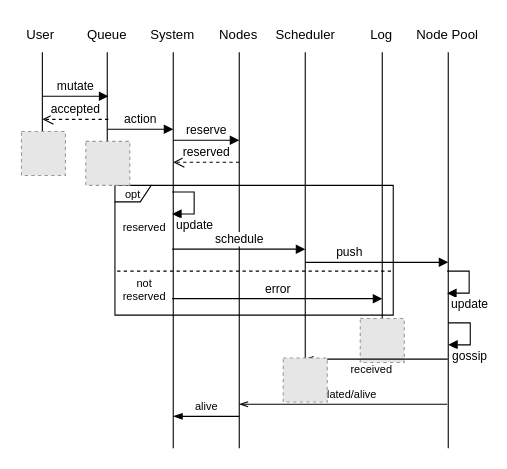
Before: diagrams/mutate_sequence.drawio in MilosSimic/phd-thesis, a draw.io diagram. Source tidied: cells renumbered, new cells numbered last; positions are measured from the earlier drawing's top-left corner, leaving out a move shared by most shapes. Both pictures are drawn from the tidied source at 110%, with x=0, y=0 at pixel (19, 19). Pictures stored in the file or linked from it are replaced by grey dashed boxes.
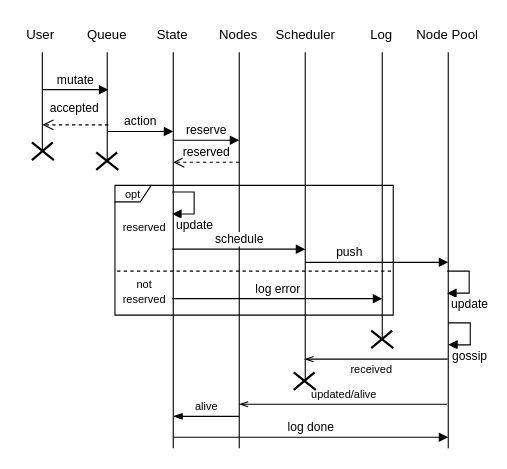
The same page after the edit.

The edit, as a diff of the source:
```diff
@@
-    <mxCell id="3" style="endArrow=none;html=1;" parent="1" edge="1">
-      <mxGeometry relative="1" as="geometry">
-        <mxPoint x="21" y="120" as="sourcePoint" />
-        <mxPoint x="21" y="30" as="targetPoint" />
-      </mxGeometry>
-    </mxCell>
+    <mxCell id="38" style="endArrow=none;html=1;" parent="1" edge="1">
+      <mxGeometry relative="1" as="geometry">
+        <mxPoint x="21" y="120" as="sourcePoint" />
+        <mxPoint x="21" y="30" as="targetPoint" />
+      </mxGeometry>
+    </mxCell>
     <mxCell id="4" value="mutate" style="html=1;verticalAlign=bottom;startArrow=none;endArrow=block;startSize=8;startFill=0;" parent="1" edge="1">
       <mxGeometry relative="1" as="geometry">
-        <mxPoint x="21" y="70" as="sourcePoint" />
-        <mxPoint x="81" y="70" as="targetPoint" />
+        <mxPoint x="21" y="64" as="sourcePoint" />
+        <mxPoint x="81" y="64" as="targetPoint" />
       </mxGeometry>
     </mxCell>
-    <mxCell id="5" style="endArrow=none;html=1;" parent="1" edge="1">
-      <mxGeometry relative="1" as="geometry">
-        <mxPoint x="80" y="130" as="sourcePoint" />
-        <mxPoint x="80" y="30" as="targetPoint" />
-      </mxGeometry>
-    </mxCell>
+    <mxCell id="39" style="endArrow=none;html=1;" parent="1" edge="1">
+      <mxGeometry relative="1" as="geometry">
+        <mxPoint x="80" y="130" as="sourcePoint" />
+        <mxPoint x="80" y="30" as="targetPoint" />
+      </mxGeometry>
+    </mxCell>
     <mxCell id="6" value="accepted" style="html=1;verticalAlign=bottom;endArrow=open;dashed=1;endSize=8;" parent="1" edge="1">
-      <mxGeometry relative="1" as="geometry">
-        <mxPoint x="81" y="91" as="sourcePoint" />
-        <mxPoint x="21" y="91" as="targetPoint" />
+      <mxGeometry x="0.03" y="-6" relative="1" as="geometry">
+        <mxPoint x="81" y="96" as="sourcePoint" />
+        <mxPoint x="21" y="96" as="targetPoint" />
       </mxGeometry>
     </mxCell>
-    <mxCell id="7" style="endArrow=none;html=1;" parent="1" edge="1">
-      <mxGeometry relative="1" as="geometry">
-        <mxPoint x="140" y="390" as="sourcePoint" />
-        <mxPoint x="140" y="30" as="targetPoint" />
-      </mxGeometry>
-    </mxCell>
-    <mxCell id="8" style="endArrow=none;html=1;" parent="1" edge="1">
-      <mxGeometry relative="1" as="geometry">
-        <mxPoint x="200" y="390" as="sourcePoint" />
-        <mxPoint x="200" y="30" as="targetPoint" />
-      </mxGeometry>
-    </mxCell>
+    <mxCell id="40" style="endArrow=none;html=1;" parent="1" edge="1">
+      <mxGeometry relative="1" as="geometry">
+        <mxPoint x="140" y="390" as="sourcePoint" />
+        <mxPoint x="140" y="30" as="targetPoint" />
+      </mxGeometry>
+    </mxCell>
+    <mxCell id="41" style="endArrow=none;html=1;" parent="1" edge="1">
+      <mxGeometry relative="1" as="geometry">
+        <mxPoint x="200" y="390" as="sourcePoint" />
+        <mxPoint x="200" y="30" as="targetPoint" />
+      </mxGeometry>
+    </mxCell>
     <mxCell id="9" value="action" style="html=1;verticalAlign=bottom;endArrow=block;" parent="1" edge="1">
       <mxGeometry relative="1" as="geometry">
-        <mxPoint x="80" y="100" as="sourcePoint" />
-        <mxPoint x="140" y="100" as="targetPoint" />
+        <mxPoint x="80" y="102" as="sourcePoint" />
+        <mxPoint x="140" y="102" as="targetPoint" />
       </mxGeometry>
     </mxCell>
@@
-    <mxCell id="11" style="fillColor=#E6E6E6;strokeColor=#999999;dashed=1;html=1;verticalAlign=top;verticalLabelPosition=bottom;labelBackgroundColor=#ffffff;fontSize=10;" parent="1" vertex="1">
-      <mxGeometry x="60.5" y="111" width="40" height="40" as="geometry" />
-    </mxCell>
@@
-    <mxCell id="14" value="System" style="text;align=center;fontStyle=0;verticalAlign=middle;spacingLeft=3;spacingRight=3;strokeColor=none;" parent="1" vertex="1">
-      <mxGeometry x="120" width="39" height="26" as="geometry" />
-    </mxCell>
+    <mxCell id="42" value="State" style="text;align=center;fontStyle=0;verticalAlign=middle;spacingLeft=3;spacingRight=3;strokeColor=none;" parent="1" vertex="1">
+      <mxGeometry x="120" width="39" height="26" as="geometry" />
+    </mxCell>
@@
-    <mxCell id="17" style="endArrow=none;dashed=1;html=1;" parent="1" edge="1">
-      <mxGeometry relative="1" as="geometry">
-        <mxPoint x="89" y="229" as="sourcePoint" />
-        <mxPoint x="339" y="229" as="targetPoint" />
-      </mxGeometry>
-    </mxCell>
-    <mxCell id="18" value="update" style="edgeStyle=orthogonalEdgeStyle;html=1;align=left;spacingLeft=2;endArrow=block;rounded=0;entryX=1;entryY=0;" parent="1" edge="1">
-      <mxGeometry x="1" y="10" relative="1" as="geometry">
-        <mxPoint x="139" y="157" as="sourcePoint" />
-        <mxPoint x="139" y="177" as="targetPoint" />
-        <Array as="points">
-          <mxPoint x="159" y="157" />
-        </Array>
-      </mxGeometry>
-    </mxCell>
+    <mxCell id="43" style="endArrow=none;dashed=1;html=1;" parent="1" edge="1">
+      <mxGeometry relative="1" as="geometry">
+        <mxPoint x="89" y="229" as="sourcePoint" />
+        <mxPoint x="339" y="229" as="targetPoint" />
+      </mxGeometry>
+    </mxCell>
+    <mxCell id="44" value="update" style="edgeStyle=orthogonalEdgeStyle;html=1;align=left;spacingLeft=2;endArrow=block;rounded=0;entryX=1;entryY=0;" parent="1" edge="1">
+      <mxGeometry x="1" y="10" relative="1" as="geometry">
+        <mxPoint x="139" y="157" as="sourcePoint" />
+        <mxPoint x="139" y="177" as="targetPoint" />
+        <Array as="points">
+          <mxPoint x="159" y="157" />
+        </Array>
+      </mxGeometry>
+    </mxCell>
@@
-    <mxCell id="20" style="endArrow=none;html=1;" parent="1" edge="1">
-      <mxGeometry relative="1" as="geometry">
-        <mxPoint x="260" y="330" as="sourcePoint" />
-        <mxPoint x="260" y="30" as="targetPoint" />
-      </mxGeometry>
-    </mxCell>
+    <mxCell id="45" style="endArrow=none;html=1;" parent="1" edge="1">
+      <mxGeometry relative="1" as="geometry">
+        <mxPoint x="260" y="330" as="sourcePoint" />
+        <mxPoint x="260" y="30" as="targetPoint" />
+      </mxGeometry>
+    </mxCell>
@@
-    <mxCell id="22" style="endArrow=none;html=1;" parent="1" edge="1">
-      <mxGeometry relative="1" as="geometry">
-        <mxPoint x="330" y="290" as="sourcePoint" />
-        <mxPoint x="330" y="30" as="targetPoint" />
-      </mxGeometry>
-    </mxCell>
+    <mxCell id="46" style="endArrow=none;html=1;" parent="1" edge="1">
+      <mxGeometry relative="1" as="geometry">
+        <mxPoint x="330" y="290" as="sourcePoint" />
+        <mxPoint x="330" y="30" as="targetPoint" />
+      </mxGeometry>
+    </mxCell>
@@
-    <mxCell id="24" value="error" style="html=1;verticalAlign=bottom;endArrow=block;" parent="1" edge="1">
-      <mxGeometry relative="1" as="geometry">
-        <mxPoint x="139" y="254" as="sourcePoint" />
-        <mxPoint x="330" y="254" as="targetPoint" />
-      </mxGeometry>
-    </mxCell>
-    <mxCell id="25" style="endArrow=none;html=1;" parent="1" edge="1">
-      <mxGeometry relative="1" as="geometry">
-        <mxPoint x="390" y="390" as="sourcePoint" />
-        <mxPoint x="390" y="30" as="targetPoint" />
-      </mxGeometry>
-    </mxCell>
+    <mxCell id="47" value="log error" style="html=1;verticalAlign=bottom;endArrow=block;" parent="1" edge="1">
+      <mxGeometry relative="1" as="geometry">
+        <mxPoint x="139" y="254" as="sourcePoint" />
+        <mxPoint x="330" y="254" as="targetPoint" />
+      </mxGeometry>
+    </mxCell>
+    <mxCell id="48" style="endArrow=none;html=1;" parent="1" edge="1">
+      <mxGeometry relative="1" as="geometry">
+        <mxPoint x="390" y="390" as="sourcePoint" />
+        <mxPoint x="390" y="30" as="targetPoint" />
+      </mxGeometry>
+    </mxCell>
@@
-    <mxCell id="28" value="reserved" style="text;html=1;strokeColor=none;fillColor=none;align=center;verticalAlign=middle;whiteSpace=wrap;rounded=0;fontSize=10;" parent="1" vertex="1">
-      <mxGeometry x="94" y="179" width="40" height="20" as="geometry" />
-    </mxCell>
-    <mxCell id="29" value="not&lt;br&gt;reserved" style="text;html=1;strokeColor=none;fillColor=none;align=center;verticalAlign=middle;whiteSpace=wrap;rounded=0;fontSize=10;" parent="1" vertex="1">
-      <mxGeometry x="94" y="236" width="40" height="20" as="geometry" />
-    </mxCell>
-    <mxCell id="30" style="fillColor=#E6E6E6;strokeColor=#999999;dashed=1;html=1;verticalAlign=top;verticalLabelPosition=bottom;labelBackgroundColor=#ffffff;" parent="1" vertex="1">
-      <mxGeometry x="2" y="102" width="40" height="40" as="geometry" />
-    </mxCell>
-    <mxCell id="31" value="update" style="edgeStyle=orthogonalEdgeStyle;html=1;align=left;spacingLeft=2;endArrow=block;rounded=0;entryX=1;entryY=0;" parent="1" edge="1">
-      <mxGeometry x="1" y="10" relative="1" as="geometry">
-        <mxPoint x="389" y="229" as="sourcePoint" />
-        <mxPoint x="389" y="249" as="targetPoint" />
-        <Array as="points">
-          <mxPoint x="409" y="229" />
-        </Array>
-      </mxGeometry>
-    </mxCell>
+    <mxCell id="49" value="reserved" style="text;html=1;strokeColor=none;fillColor=none;align=center;verticalAlign=middle;whiteSpace=wrap;rounded=0;fontSize=10;" parent="1" vertex="1">
+      <mxGeometry x="94" y="179" width="40" height="20" as="geometry" />
+    </mxCell>
+    <mxCell id="50" value="not" style="text;html=1;strokeColor=none;fillColor=none;align=center;verticalAlign=middle;whiteSpace=wrap;rounded=0;fontSize=10;" parent="1" vertex="1">
+      <mxGeometry x="94" y="234" width="40" height="14" as="geometry" />
+    </mxCell>
+    <mxCell id="51" value="update" style="edgeStyle=orthogonalEdgeStyle;html=1;align=left;spacingLeft=2;endArrow=block;rounded=0;entryX=1;entryY=0;" parent="1" edge="1">
+      <mxGeometry x="1" y="10" relative="1" as="geometry">
+        <mxPoint x="389" y="229" as="sourcePoint" />
+        <mxPoint x="389" y="249" as="targetPoint" />
+        <Array as="points">
+          <mxPoint x="409" y="229" />
+        </Array>
+      </mxGeometry>
+    </mxCell>
@@
-    <mxCell id="33" style="fillColor=#E6E6E6;strokeColor=#999999;dashed=1;html=1;verticalAlign=top;verticalLabelPosition=bottom;labelBackgroundColor=#ffffff;fontSize=10;" parent="1" vertex="1">
-      <mxGeometry x="310" y="272" width="40" height="40" as="geometry" />
-    </mxCell>
@@
-    <mxCell id="36" style="fillColor=#E6E6E6;strokeColor=#999999;dashed=1;html=1;verticalAlign=top;verticalLabelPosition=bottom;labelBackgroundColor=#ffffff;fontSize=10;" parent="1" vertex="1">
-      <mxGeometry x="240" y="308" width="40" height="40" as="geometry" />
-    </mxCell>
@@
+    <mxCell id="52" value="log done" style="html=1;verticalAlign=bottom;endArrow=block;" parent="1" edge="1">
+      <mxGeometry relative="1" as="geometry">
+        <mxPoint x="140" y="380" as="sourcePoint" />
+        <mxPoint x="390" y="380" as="targetPoint" />
+      </mxGeometry>
+    </mxCell>
+    <mxCell id="53" style="group;" parent="1" vertex="1">
+      <mxGeometry x="11.5" y="112" width="20" height="16" as="geometry" />
+    </mxCell>
+    <mxCell id="54" style="endArrow=none;html=1;strokeWidth=2;" parent="53" edge="1">
+      <mxGeometry relative="1" as="geometry">
+        <mxPoint as="sourcePoint" />
+        <mxPoint x="20" y="16" as="targetPoint" />
+      </mxGeometry>
+    </mxCell>
+    <mxCell id="55" style="endArrow=none;html=1;strokeWidth=2;" parent="53" edge="1">
+      <mxGeometry relative="1" as="geometry">
+        <mxPoint y="16" as="sourcePoint" />
+        <mxPoint x="19" as="targetPoint" />
+      </mxGeometry>
+    </mxCell>
+    <mxCell id="56" style="group;" parent="1" vertex="1">
+      <mxGeometry x="70" y="121" width="20" height="16" as="geometry" />
+    </mxCell>
+    <mxCell id="57" style="endArrow=none;html=1;strokeWidth=2;" parent="56" edge="1">
+      <mxGeometry relative="1" as="geometry">
+        <mxPoint as="sourcePoint" />
+        <mxPoint x="20" y="16" as="targetPoint" />
+      </mxGeometry>
+    </mxCell>
+    <mxCell id="58" style="endArrow=none;html=1;strokeWidth=2;" parent="56" edge="1">
+      <mxGeometry relative="1" as="geometry">
+        <mxPoint y="16" as="sourcePoint" />
+        <mxPoint x="19" as="targetPoint" />
+      </mxGeometry>
+    </mxCell>
+    <mxCell id="59" style="group;" parent="1" vertex="1">
+      <mxGeometry x="320" y="283" width="20" height="16" as="geometry" />
+    </mxCell>
+    <mxCell id="60" style="endArrow=none;html=1;strokeWidth=2;" parent="59" edge="1">
+      <mxGeometry relative="1" as="geometry">
+        <mxPoint as="sourcePoint" />
+        <mxPoint x="20" y="16" as="targetPoint" />
+      </mxGeometry>
+    </mxCell>
+    <mxCell id="61" style="endArrow=none;html=1;strokeWidth=2;" parent="59" edge="1">
+      <mxGeometry relative="1" as="geometry">
+        <mxPoint y="16" as="sourcePoint" />
+        <mxPoint x="19" as="targetPoint" />
+      </mxGeometry>
+    </mxCell>
+    <mxCell id="62" style="group;" parent="1" vertex="1">
+      <mxGeometry x="249.5" y="321" width="20" height="16" as="geometry" />
+    </mxCell>
+    <mxCell id="63" style="endArrow=none;html=1;strokeWidth=2;" parent="62" edge="1">
+      <mxGeometry relative="1" as="geometry">
+        <mxPoint as="sourcePoint" />
+        <mxPoint x="20" y="16" as="targetPoint" />
+      </mxGeometry>
+    </mxCell>
+    <mxCell id="64" style="endArrow=none;html=1;strokeWidth=2;" parent="62" edge="1">
+      <mxGeometry relative="1" as="geometry">
+        <mxPoint y="16" as="sourcePoint" />
+        <mxPoint x="19" as="targetPoint" />
+      </mxGeometry>
+    </mxCell>
+    <mxCell id="65" value="reserved" style="text;html=1;strokeColor=none;fillColor=none;align=center;verticalAlign=middle;whiteSpace=wrap;rounded=0;fontSize=10;" parent="1" vertex="1">
+      <mxGeometry x="94" y="244" width="40" height="20" as="geometry" />
+    </mxCell>
```
